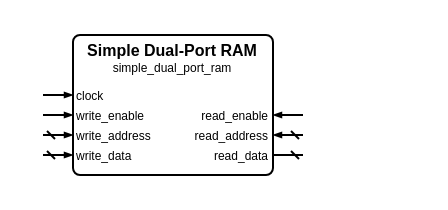
This is sources/memory/simple_dual_port_ram/simple_dual_port_ram.symbol.drawio from Louis-DR/OmniCores-BuildingBlocks, a draw.io file, before an edit. Source tidied: cells renumbered, new cells numbered last; positions are measured from the earlier drawing's top-left corner, leaving out a move shared by most shapes. Both pictures are drawn from the tidied source at 200%, with x=0, y=0 at pixel (42, 34).
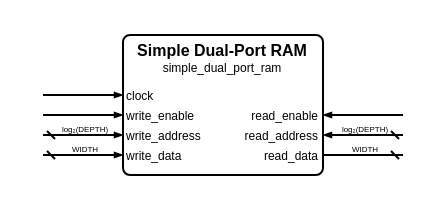
Above is the later version.

Diff of the diagram source:
```diff
@@
     <mxCell id="2" style="group;" parent="1" vertex="1">
-      <mxGeometry width="130" height="70" as="geometry" />
+      <mxGeometry width="180" height="70" as="geometry" />
     </mxCell>
     <mxCell id="3" style="rounded=1;arcSize=5;fillColor=none;strokeWidth=1;strokeColor=black;whiteSpace=wrap;html=1;" parent="2" vertex="1">
-      <mxGeometry x="15" width="100" height="70" as="geometry" />
+      <mxGeometry x="40" width="100" height="70" as="geometry" />
     </mxCell>
     <mxCell id="4" value="Simple Dual-Port RAM" style="text;html=1;align=center;verticalAlign=middle;whiteSpace=wrap;rounded=0;fontSize=8;fontStyle=1;fontColor=black;" parent="2" vertex="1">
-      <mxGeometry x="15" y="7" width="100" as="geometry" />
+      <mxGeometry x="40" y="7" width="100" as="geometry" />
     </mxCell>
     <mxCell id="5" value="simple_dual_port_ram" style="text;html=1;align=center;verticalAlign=middle;whiteSpace=wrap;rounded=0;fontSize=6;fontStyle=0;fontColor=black;" parent="2" vertex="1">
-      <mxGeometry x="15" y="16" width="100" as="geometry" />
+      <mxGeometry x="40" y="16" width="100" as="geometry" />
     </mxCell>
     <mxCell id="6" value="clock" style="text;html=1;align=left;verticalAlign=middle;whiteSpace=wrap;rounded=0;fontSize=6;fontStyle=0;fontColor=black;" parent="2" vertex="1">
-      <mxGeometry x="15" y="30" width="100" as="geometry" />
+      <mxGeometry x="40" y="30" width="100" as="geometry" />
     </mxCell>
     <mxCell id="7" style="html=1;rounded=1;strokeWidth=1;strokeColor=black;startFill=0;startSize=2;startArrow=none;endFill=1;endSize=2;endArrow=blockThin;sourcePerimeterSpacing=0;" parent="2" edge="1">
       <mxGeometry relative="1" as="geometry">
         <mxPoint y="30" as="sourcePoint" />
-        <mxPoint x="15" y="30" as="targetPoint" />
+        <mxPoint x="40" y="30" as="targetPoint" />
       </mxGeometry>
     </mxCell>
     <mxCell id="8" value="write_enable" style="text;html=1;align=left;verticalAlign=middle;whiteSpace=wrap;rounded=0;fontSize=6;fontStyle=0;fontColor=black;" parent="2" vertex="1">
-      <mxGeometry x="15" y="40" width="100" as="geometry" />
+      <mxGeometry x="40" y="40" width="100" as="geometry" />
     </mxCell>
     <mxCell id="9" style="html=1;rounded=1;strokeWidth=1;strokeColor=black;startFill=0;startSize=2;startArrow=none;endFill=1;endSize=2;endArrow=blockThin;sourcePerimeterSpacing=0;" parent="2" edge="1">
       <mxGeometry relative="1" as="geometry">
         <mxPoint y="40" as="sourcePoint" />
-        <mxPoint x="15" y="40" as="targetPoint" />
+        <mxPoint x="40" y="40" as="targetPoint" />
       </mxGeometry>
     </mxCell>
     <mxCell id="10" value="read_enable" style="text;html=1;align=right;verticalAlign=middle;whiteSpace=wrap;rounded=0;fontSize=6;fontStyle=0;fontColor=black;" parent="2" vertex="1">
-      <mxGeometry x="15" y="40" width="100" as="geometry" />
+      <mxGeometry x="40" y="40" width="100" as="geometry" />
     </mxCell>
     <mxCell id="11" style="html=1;rounded=1;strokeWidth=1;strokeColor=black;startFill=0;startSize=2;startArrow=none;endFill=1;endSize=2;endArrow=blockThin;sourcePerimeterSpacing=0;" parent="2" edge="1">
       <mxGeometry relative="1" as="geometry">
-        <mxPoint x="130" y="40" as="sourcePoint" />
-        <mxPoint x="115" y="40" as="targetPoint" />
+        <mxPoint x="180" y="40" as="sourcePoint" />
+        <mxPoint x="140" y="40" as="targetPoint" />
       </mxGeometry>
     </mxCell>
     <mxCell id="12" value="write_address" style="text;html=1;align=left;verticalAlign=middle;whiteSpace=wrap;rounded=0;fontSize=6;fontStyle=0;fontColor=black;" parent="2" vertex="1">
-      <mxGeometry x="15" y="50" width="100" as="geometry" />
+      <mxGeometry x="40" y="50" width="100" as="geometry" />
     </mxCell>
     <mxCell id="13" style="html=1;rounded=1;strokeWidth=1;strokeColor=black;startFill=0;startSize=2;startArrow=dash;endFill=1;endSize=2;endArrow=blockThin;sourcePerimeterSpacing=0;" parent="2" edge="1">
       <mxGeometry relative="1" as="geometry">
         <mxPoint y="50" as="sourcePoint" />
-        <mxPoint x="15" y="50" as="targetPoint" />
+        <mxPoint x="40" y="50" as="targetPoint" />
       </mxGeometry>
     </mxCell>
+    <mxCell id="20" value="log₂(DEPTH)" style="text;html=1;align=center;verticalAlign=middle;whiteSpace=nowrap;rounded=0;fontSize=4;fontStyle=0;fontColor=black;" parent="2" vertex="1">
+      <mxGeometry x="20" y="47" as="geometry" />
+    </mxCell>
     <mxCell id="14" value="read_address" style="text;html=1;align=right;verticalAlign=middle;whiteSpace=wrap;rounded=0;fontSize=6;fontStyle=0;fontColor=black;" parent="2" vertex="1">
-      <mxGeometry x="15" y="50" width="100" as="geometry" />
+      <mxGeometry x="40" y="50" width="100" as="geometry" />
     </mxCell>
     <mxCell id="15" style="html=1;rounded=1;strokeWidth=1;strokeColor=black;startFill=0;startSize=2;startArrow=dash;endFill=1;endSize=2;endArrow=blockThin;sourcePerimeterSpacing=0;" parent="2" edge="1">
       <mxGeometry relative="1" as="geometry">
-        <mxPoint x="130" y="50" as="sourcePoint" />
-        <mxPoint x="115" y="50" as="targetPoint" />
+        <mxPoint x="180" y="50" as="sourcePoint" />
+        <mxPoint x="140" y="50" as="targetPoint" />
       </mxGeometry>
     </mxCell>
+    <mxCell id="21" value="log₂(DEPTH)" style="text;html=1;align=center;verticalAlign=middle;whiteSpace=nowrap;rounded=0;fontSize=4;fontStyle=0;fontColor=black;" parent="2" vertex="1">
+      <mxGeometry x="160" y="47" as="geometry" />
+    </mxCell>
     <mxCell id="16" value="write_data" style="text;html=1;align=left;verticalAlign=middle;whiteSpace=wrap;rounded=0;fontSize=6;fontStyle=0;fontColor=black;" parent="2" vertex="1">
-      <mxGeometry x="15" y="60" width="100" as="geometry" />
+      <mxGeometry x="40" y="60" width="100" as="geometry" />
     </mxCell>
     <mxCell id="17" style="html=1;rounded=1;strokeWidth=1;strokeColor=black;startFill=0;startSize=2;startArrow=dash;endFill=1;endSize=2;endArrow=blockThin;sourcePerimeterSpacing=0;" parent="2" edge="1">
       <mxGeometry relative="1" as="geometry">
         <mxPoint y="60" as="sourcePoint" />
-        <mxPoint x="15" y="60" as="targetPoint" />
+        <mxPoint x="40" y="60" as="targetPoint" />
       </mxGeometry>
     </mxCell>
+    <mxCell id="22" value="WIDTH" style="text;html=1;align=center;verticalAlign=middle;whiteSpace=nowrap;rounded=0;fontSize=4;fontStyle=0;fontColor=black;" parent="2" vertex="1">
+      <mxGeometry x="20" y="57" as="geometry" />
+    </mxCell>
     <mxCell id="18" value="read_data" style="text;html=1;align=right;verticalAlign=middle;whiteSpace=wrap;rounded=0;fontSize=6;fontStyle=0;fontColor=black;" parent="2" vertex="1">
-      <mxGeometry x="15" y="60" width="100" as="geometry" />
+      <mxGeometry x="40" y="60" width="100" as="geometry" />
     </mxCell>
     <mxCell id="19" style="html=1;rounded=1;strokeWidth=1;strokeColor=black;startFill=0;startSize=2;startArrow=dash;endFill=1;endSize=2;endArrow=none;sourcePerimeterSpacing=0;" parent="2" edge="1">
       <mxGeometry relative="1" as="geometry">
-        <mxPoint x="130" y="60" as="sourcePoint" />
-        <mxPoint x="115" y="60" as="targetPoint" />
+        <mxPoint x="180" y="60" as="sourcePoint" />
+        <mxPoint x="140" y="60" as="targetPoint" />
       </mxGeometry>
     </mxCell>
+    <mxCell id="23" value="WIDTH" style="text;html=1;align=center;verticalAlign=middle;whiteSpace=nowrap;rounded=0;fontSize=4;fontStyle=0;fontColor=black;" parent="2" vertex="1">
+      <mxGeometry x="160" y="57" as="geometry" />
+    </mxCell>
```
